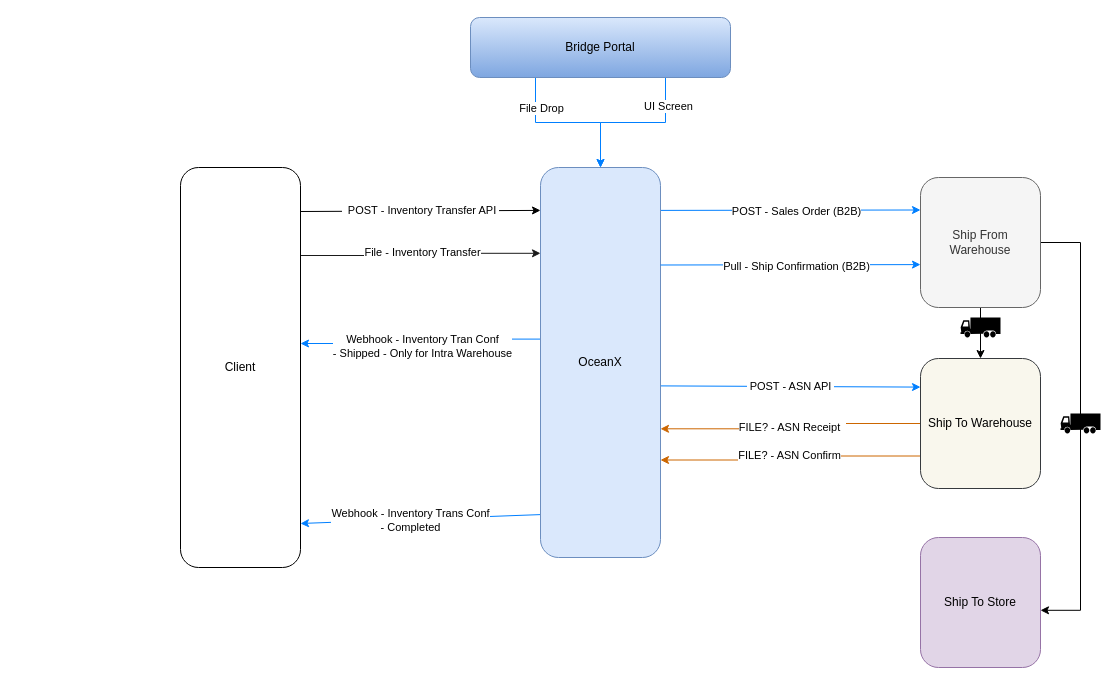
campbelltravis/Workflows keeps this draw.io diagram as page "High Level Flow" (1 of 4) of InventoryTransferFlows.drawio. Above is the earlier version. Source tidied: cells renumbered, new cells numbered last; positions are measured from the earlier drawing's top-left corner, leaving out a move shared by most shapes. Both pictures are drawn from the tidied source at 100%, with x=0, y=0 at pixel (180, 17).
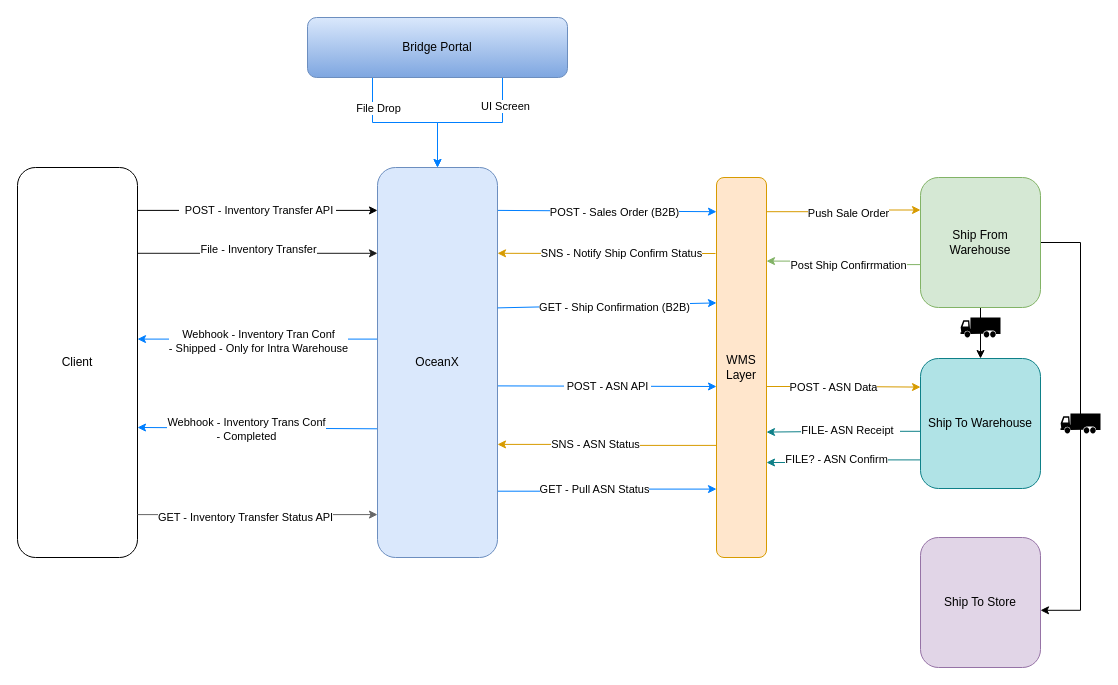
After the change.

Diff of the diagram source:
```diff
@@
-    <mxCell id="3" style="endArrow=classic;html=1;rounded=0;exitX=1;exitY=0.11;exitDx=0;exitDy=0;exitPerimeter=0;entryX=0;entryY=0.25;entryDx=0;entryDy=0;entryPerimeter=0;strokeColor=#007FFF;" parent="1" edge="1" source="13" target="16">
+    <mxCell id="3" style="endArrow=classic;html=1;rounded=0;exitX=1;exitY=0.11;exitDx=0;exitDy=0;exitPerimeter=0;strokeColor=#007FFF;entryX=0;entryY=0.09;entryDx=0;entryDy=0;entryPerimeter=0;" parent="1" edge="1" source="13" target="46">
       <mxGeometry relative="1" as="geometry" />
     </mxCell>
@@
-    <mxCell id="5" style="endArrow=classic;html=1;rounded=0;exitX=0;exitY=0.89;exitDx=0;exitDy=0;exitPerimeter=0;strokeColor=#007FFF;entryX=1;entryY=0.89;entryDx=0;entryDy=0;entryPerimeter=0;" parent="1" edge="1" source="13" target="10">
-      <mxGeometry relative="1" as="geometry" />
+    <mxCell id="5" style="endArrow=classic;html=1;rounded=0;exitX=0;exitY=0.67;exitDx=0;exitDy=0;exitPerimeter=0;strokeColor=#007FFF;" parent="1" edge="1" source="13">
+      <mxGeometry relative="1" as="geometry">
+        <mxPoint x="-43" y="410" as="targetPoint" />
+      </mxGeometry>
     </mxCell>
@@
-    <mxCell id="7" value="&lt;table class=&quot;NormalTable&quot;&gt;&lt;tbody&gt;&lt;tr&gt;&lt;td width=&quot;200&quot;&gt;&lt;span class=&quot;fontstyle0&quot;&gt;POST - ASN API&lt;/span&gt;&lt;/td&gt;&lt;/tr&gt;&lt;/tbody&gt;&lt;/table&gt;" style="endArrow=classic;html=1;rounded=0;entryX=0;entryY=0.22;entryDx=0;entryDy=0;entryPerimeter=0;strokeColor=#007FFF;exitX=1;exitY=0.56;exitDx=0;exitDy=0;exitPerimeter=0;" parent="1" edge="1" source="13" target="21">
+    <mxCell id="7" value="&lt;table class=&quot;NormalTable&quot;&gt;&lt;tbody&gt;&lt;tr&gt;&lt;td width=&quot;200&quot;&gt;&lt;span class=&quot;fontstyle0&quot;&gt;POST - ASN API&lt;/span&gt;&lt;/td&gt;&lt;/tr&gt;&lt;/tbody&gt;&lt;/table&gt;" style="endArrow=classic;html=1;rounded=0;strokeColor=#007FFF;exitX=1;exitY=0.56;exitDx=0;exitDy=0;exitPerimeter=0;entryX=0;entryY=0.55;entryDx=0;entryDy=0;entryPerimeter=0;" parent="1" edge="1" source="13" target="46">
       <mxGeometry relative="1" as="geometry" />
     </mxCell>
@@
     <mxCell id="10" value="Client" style="rounded=1;whiteSpace=wrap;html=1;points=[[0,0,0,0,0],[0,0.25,0,0,0],[0,0.5,0,0,0],[0,0.75,0,0,0],[0,1,0,0,0],[0.25,0,0,0,0],[0.25,1,0,0,0],[0.5,0,0,0,0],[0.5,1,0,0,0],[0.75,0,0,0,0],[0.75,1,0,0,0],[1,0,0,0,0],[1,0.11,0,0,0],[1,0.22,0,0,0],[1,0.25,0,0,0],[1,0.33,0,0,0],[1,0.44,0,0,0],[1,0.5,0,0,0],[1,0.56,0,0,0],[1,0.67,0,0,0],[1,0.75,0,0,0],[1,0.78,0,0,0],[1,0.89,0,0,0],[1,1,0,0,0]];" parent="1" vertex="1">
-      <mxGeometry y="150" width="120" height="400" as="geometry" />
+      <mxGeometry x="-163" y="150" width="120" height="390" as="geometry" />
     </mxCell>
@@
+    <mxCell id="32" style="edgeStyle=orthogonalEdgeStyle;rounded=0;jettySize=auto;html=1;entryX=1;entryY=0.89;entryDx=0;entryDy=0;entryPerimeter=0;exitX=0;exitY=0.89;exitDx=0;exitDy=0;exitPerimeter=0;startArrow=classic;startFill=1;strokeColor=#666666;endArrow=none;endFill=0;fillColor=#f5f5f5;" parent="1" edge="1" source="13" target="10">
+      <mxGeometry relative="1" as="geometry" />
+    </mxCell>
+    <mxCell id="33" value="GET - Inventory Transfer Status API" style="edgeLabel;html=1;align=center;verticalAlign=middle;" parent="32" vertex="1">
+      <mxGeometry x="0.11" y="2" relative="1" as="geometry" />
+    </mxCell>
+    <mxCell id="34" style="edgeStyle=orthogonalEdgeStyle;rounded=0;jettySize=auto;html=1;exitX=1;exitY=0.83;exitDx=0;exitDy=0;exitPerimeter=0;entryX=0;entryY=0.82;entryDx=0;entryDy=0;entryPerimeter=0;startArrow=none;startFill=0;endArrow=classic;endFill=1;strokeColor=#007FFF;fillColor=#dae8fc;" parent="1" edge="1" source="13" target="46">
+      <mxGeometry relative="1" as="geometry" />
+    </mxCell>
+    <mxCell id="35" value="GET - Pull ASN Status" style="edgeLabel;html=1;align=center;verticalAlign=middle;" parent="34" vertex="1">
+      <mxGeometry x="-0.13" y="2" relative="1" as="geometry" />
+    </mxCell>
     <mxCell id="13" value="OceanX" style="rounded=1;whiteSpace=wrap;html=1;points=[[0,0,0,0,0],[0,0.11,0,0,0],[0,0.17,0,0,0],[0,0.22,0,0,0],[0,0.25,0,0,0],[0,0.33,0,0,0],[0,0.44,0,0,0],[0,0.5,0,0,0],[0,0.56,0,0,0],[0,0.67,0,0,0],[0,0.75,0,0,0],[0,0.78,0,0,0],[0,0.83,0,0,0],[0,0.89,0,0,0],[0,1,0,0,0],[0.25,0,0,0,0],[0.25,1,0,0,0],[0.5,0,0,0,0],[0.5,1,0,0,0],[0.75,0,0,0,0],[0.75,1,0,0,0],[1,0,0,0,0],[1,0.11,0,0,0],[1,0.14,0,0,0],[1,0.17,0,0,0],[1,0.22,0,0,0],[1,0.25,0,0,0],[1,0.33,0,0,0],[1,0.36,0,0,0],[1,0.44,0,0,0],[1,0.47,0,0,0],[1,0.5,0,0,0],[1,0.56,0,0,0],[1,0.58,0,0,0],[1,0.67,0,0,0],[1,0.71,0,0,0],[1,0.75,0,0,0],[1,0.78,0,0,0],[1,0.8,0,0,0],[1,0.83,0,0,0],[1,0.89,0,0,0],[1,0.91,0,0,0],[1,1,0,0,0]];fillColor=#dae8fc;strokeColor=#6c8ebf;" parent="1" vertex="1">
-      <mxGeometry x="360" y="150" width="120" height="390" as="geometry" />
+      <mxGeometry x="197" y="150" width="120" height="390" as="geometry" />
     </mxCell>
@@
+    <mxCell id="36" style="edgeStyle=orthogonalEdgeStyle;rounded=0;jettySize=auto;html=1;exitX=0;exitY=0.67;exitDx=0;exitDy=0;exitPerimeter=0;entryX=1;entryY=0.22;entryDx=0;entryDy=0;entryPerimeter=0;startArrow=none;startFill=0;endArrow=classic;endFill=1;strokeColor=#82b366;fillColor=#d5e8d4;" parent="1" edge="1" source="16" target="46">
+      <mxGeometry relative="1" as="geometry" />
+    </mxCell>
+    <mxCell id="37" value="Post Ship Confirrmation" style="edgeLabel;html=1;align=center;verticalAlign=middle;" parent="36" vertex="1">
+      <mxGeometry x="-0.2" relative="1" as="geometry">
+        <mxPoint x="-10" as="offset" />
+      </mxGeometry>
+    </mxCell>
-    <mxCell id="16" value="Ship From Warehouse" style="rounded=1;whiteSpace=wrap;html=1;points=[[0,0,0,0,0],[0,0.11,0,0,0],[0,0.22,0,0,0],[0,0.25,0,0,0],[0,0.33,0,0,0],[0,0.44,0,0,0],[0,0.5,0,0,0],[0,0.56,0,0,0],[0,0.67,0,0,0],[0,0.75,0,0,0],[0,0.78,0,0,0],[0,0.89,0,0,0],[0,1,0,0,0],[0.25,0,0,0,0],[0.25,1,0,0,0],[0.5,0,0,0,0],[0.5,1,0,0,0],[0.75,0,0,0,0],[0.75,1,0,0,0],[1,0,0,0,0],[1,0.11,0,0,0],[1,0.22,0,0,0],[1,0.25,0,0,0],[1,0.33,0,0,0],[1,0.44,0,0,0],[1,0.5,0,0,0],[1,0.56,0,0,0],[1,0.67,0,0,0],[1,0.75,0,0,0],[1,0.78,0,0,0],[1,0.89,0,0,0],[1,1,0,0,0]];fillColor=#f5f5f5;fontColor=#333333;strokeColor=#666666;" parent="1" vertex="1">
+    <mxCell id="16" value="Ship From Warehouse" style="rounded=1;whiteSpace=wrap;html=1;points=[[0,0,0,0,0],[0,0.11,0,0,0],[0,0.22,0,0,0],[0,0.25,0,0,0],[0,0.33,0,0,0],[0,0.44,0,0,0],[0,0.5,0,0,0],[0,0.56,0,0,0],[0,0.67,0,0,0],[0,0.75,0,0,0],[0,0.78,0,0,0],[0,0.89,0,0,0],[0,1,0,0,0],[0.25,0,0,0,0],[0.25,1,0,0,0],[0.5,0,0,0,0],[0.5,1,0,0,0],[0.75,0,0,0,0],[0.75,1,0,0,0],[1,0,0,0,0],[1,0.11,0,0,0],[1,0.22,0,0,0],[1,0.25,0,0,0],[1,0.33,0,0,0],[1,0.44,0,0,0],[1,0.5,0,0,0],[1,0.56,0,0,0],[1,0.67,0,0,0],[1,0.75,0,0,0],[1,0.78,0,0,0],[1,0.89,0,0,0],[1,1,0,0,0]];fillColor=#d5e8d4;strokeColor=#82b366;" parent="1" vertex="1">
       <mxGeometry x="740" y="160" width="120" height="130" as="geometry" />
     </mxCell>
-    <mxCell id="17" style="edgeStyle=orthogonalEdgeStyle;rounded=0;jettySize=auto;html=1;exitX=0;exitY=0.5;exitDx=0;exitDy=0;exitPerimeter=0;strokeColor=#CC6600;entryX=1;entryY=0.67;entryDx=0;entryDy=0;entryPerimeter=0;" parent="1" edge="1" source="21" target="13">
+    <mxCell id="17" style="edgeStyle=orthogonalEdgeStyle;rounded=0;jettySize=auto;html=1;strokeColor=#0e8088;exitX=0;exitY=0.56;exitDx=0;exitDy=0;exitPerimeter=0;entryX=1;entryY=0.67;entryDx=0;entryDy=0;entryPerimeter=0;fillColor=#b0e3e6;" parent="1" edge="1" source="21" target="46">
       <mxGeometry relative="1" as="geometry" />
     </mxCell>
-    <mxCell id="18" value="FILE? - ASN Receipt&amp;nbsp;&amp;nbsp;" style="edgeLabel;html=1;align=center;verticalAlign=middle;" parent="17" vertex="1">
+    <mxCell id="18" value="FILE- ASN Receipt&amp;nbsp;&amp;nbsp;" style="edgeLabel;html=1;align=center;verticalAlign=middle;" parent="17" vertex="1">
       <mxGeometry x="0.14" y="-2" relative="1" as="geometry">
         <mxPoint x="17" as="offset" />
       </mxGeometry>
     </mxCell>
-    <mxCell id="19" style="edgeStyle=orthogonalEdgeStyle;rounded=0;jettySize=auto;html=1;exitX=0;exitY=0.75;exitDx=0;exitDy=0;exitPerimeter=0;entryX=1;entryY=0.75;entryDx=0;entryDy=0;entryPerimeter=0;strokeColor=#CC6600;" parent="1" edge="1" source="21" target="13">
-      <mxGeometry relative="1" as="geometry" />
+    <mxCell id="19" style="edgeStyle=orthogonalEdgeStyle;rounded=0;jettySize=auto;html=1;entryX=1;entryY=0.75;entryDx=0;entryDy=0;entryPerimeter=0;strokeColor=#0e8088;exitX=0;exitY=0.78;exitDx=0;exitDy=0;exitPerimeter=0;fillColor=#b0e3e6;" parent="1" edge="1" source="21" target="46">
+      <mxGeometry relative="1" as="geometry">
+        <Array as="points">
+          <mxPoint x="657" y="442" />
+          <mxPoint x="657" y="445" />
+        </Array>
+      </mxGeometry>
     </mxCell>
@@
-    <mxCell id="21" value="Ship To Warehouse" style="rounded=1;whiteSpace=wrap;html=1;points=[[0,0,0,0,0],[0,0.11,0,0,0],[0,0.22,0,0,0],[0,0.25,0,0,0],[0,0.33,0,0,0],[0,0.44,0,0,0],[0,0.5,0,0,0],[0,0.56,0,0,0],[0,0.67,0,0,0],[0,0.75,0,0,0],[0,0.78,0,0,0],[0,0.89,0,0,0],[0,1,0,0,0],[0.25,0,0,0,0],[0.25,1,0,0,0],[0.5,0,0,0,0],[0.5,1,0,0,0],[0.75,0,0,0,0],[0.75,1,0,0,0],[1,0,0,0,0],[1,0.11,0,0,0],[1,0.22,0,0,0],[1,0.25,0,0,0],[1,0.33,0,0,0],[1,0.44,0,0,0],[1,0.5,0,0,0],[1,0.56,0,0,0],[1,0.67,0,0,0],[1,0.75,0,0,0],[1,0.78,0,0,0],[1,0.89,0,0,0],[1,1,0,0,0]];fillColor=#f9f7ed;strokeColor=#36393d;" parent="1" vertex="1">
+    <mxCell id="21" value="Ship To Warehouse" style="rounded=1;whiteSpace=wrap;html=1;points=[[0,0,0,0,0],[0,0.11,0,0,0],[0,0.22,0,0,0],[0,0.25,0,0,0],[0,0.33,0,0,0],[0,0.44,0,0,0],[0,0.5,0,0,0],[0,0.56,0,0,0],[0,0.67,0,0,0],[0,0.75,0,0,0],[0,0.78,0,0,0],[0,0.89,0,0,0],[0,1,0,0,0],[0.25,0,0,0,0],[0.25,1,0,0,0],[0.5,0,0,0,0],[0.5,1,0,0,0],[0.75,0,0,0,0],[0.75,1,0,0,0],[1,0,0,0,0],[1,0.11,0,0,0],[1,0.22,0,0,0],[1,0.25,0,0,0],[1,0.33,0,0,0],[1,0.44,0,0,0],[1,0.5,0,0,0],[1,0.56,0,0,0],[1,0.67,0,0,0],[1,0.75,0,0,0],[1,0.78,0,0,0],[1,0.89,0,0,0],[1,1,0,0,0]];fillColor=#b0e3e6;strokeColor=#0e8088;" parent="1" vertex="1">
       <mxGeometry x="740" y="341" width="120" height="130" as="geometry" />
     </mxCell>
@@
     <mxCell id="26" value="Bridge Portal" style="rounded=1;whiteSpace=wrap;html=1;fillColor=#dae8fc;gradientColor=#7ea6e0;strokeColor=#6c8ebf;" parent="1" vertex="1">
-      <mxGeometry x="290" width="260" height="60" as="geometry" />
+      <mxGeometry x="127" width="260" height="60" as="geometry" />
     </mxCell>
-    <mxCell id="27" style="endArrow=classic;html=1;rounded=0;exitX=1;exitY=0.25;exitDx=0;exitDy=0;exitPerimeter=0;entryX=0;entryY=0.67;entryDx=0;entryDy=0;entryPerimeter=0;strokeColor=#007FFF;" parent="1" edge="1" source="13" target="16">
+    <mxCell id="27" style="endArrow=classic;html=1;rounded=0;exitX=1;exitY=0.36;exitDx=0;exitDy=0;exitPerimeter=0;strokeColor=#007FFF;entryX=0;entryY=0.33;entryDx=0;entryDy=0;entryPerimeter=0;" parent="1" edge="1" source="13" target="46">
       <mxGeometry relative="1" as="geometry" />
     </mxCell>
-    <mxCell id="28" value="Pull - Ship Confirmation (B2B)" style="edgeLabel;html=1;align=center;verticalAlign=middle;" parent="27" vertex="1">
+    <mxCell id="28" value="GET - Ship Confirmation (B2B)" style="edgeLabel;html=1;align=center;verticalAlign=middle;" parent="27" vertex="1">
       <mxGeometry x="-0.12" y="-1" relative="1" as="geometry">
         <mxPoint x="21" as="offset" />
       </mxGeometry>
     </mxCell>
@@
+    <mxCell id="38" style="edgeStyle=orthogonalEdgeStyle;rounded=0;jettySize=auto;html=1;exitX=1;exitY=0.09;exitDx=0;exitDy=0;exitPerimeter=0;entryX=0;entryY=0.25;entryDx=0;entryDy=0;entryPerimeter=0;startArrow=none;startFill=0;endArrow=classic;endFill=1;strokeColor=#d79b00;fillColor=#ffe6cc;" parent="1" edge="1" source="46" target="16">
+      <mxGeometry relative="1" as="geometry" />
+    </mxCell>
+    <mxCell id="39" value="Push Sale Order" style="edgeLabel;html=1;align=center;verticalAlign=middle;" parent="38" vertex="1">
+      <mxGeometry x="-0.26" y="-1" relative="1" as="geometry">
+        <mxPoint x="23" as="offset" />
+      </mxGeometry>
+    </mxCell>
+    <mxCell id="40" style="edgeStyle=orthogonalEdgeStyle;rounded=0;jettySize=auto;html=1;exitX=-0.02;exitY=0.2;exitDx=0;exitDy=0;exitPerimeter=0;entryX=1;entryY=0.22;entryDx=0;entryDy=0;entryPerimeter=0;startArrow=none;startFill=0;endArrow=classic;endFill=1;strokeColor=#d79b00;fillColor=#ffe6cc;" parent="1" edge="1" source="46" target="13">
+      <mxGeometry relative="1" as="geometry" />
+    </mxCell>
+    <mxCell id="41" value="SNS - Notify Ship Confirm Status" style="edgeLabel;html=1;align=center;verticalAlign=middle;" parent="40" vertex="1">
+      <mxGeometry x="-0.13" y="-1" relative="1" as="geometry" />
+    </mxCell>
+    <mxCell id="42" style="edgeStyle=orthogonalEdgeStyle;rounded=0;jettySize=auto;html=1;exitX=0.04;exitY=0.705;exitDx=0;exitDy=0;exitPerimeter=0;entryX=1;entryY=0.71;entryDx=0;entryDy=0;entryPerimeter=0;startArrow=none;startFill=0;endArrow=classic;endFill=1;strokeColor=#d79b00;fillColor=#ffe6cc;" parent="1" edge="1" source="46" target="13">
+      <mxGeometry relative="1" as="geometry" />
+    </mxCell>
+    <mxCell id="43" value="SNS - ASN Status" style="edgeLabel;html=1;align=center;verticalAlign=middle;" parent="42" vertex="1">
+      <mxGeometry x="0.13" relative="1" as="geometry" />
+    </mxCell>
+    <mxCell id="44" style="edgeStyle=orthogonalEdgeStyle;rounded=0;jettySize=auto;html=1;exitX=1;exitY=0.55;exitDx=0;exitDy=0;exitPerimeter=0;entryX=0;entryY=0.22;entryDx=0;entryDy=0;entryPerimeter=0;startArrow=none;startFill=0;endArrow=classic;endFill=1;strokeColor=#d79b00;fillColor=#ffe6cc;" parent="1" edge="1" source="46" target="21">
+      <mxGeometry relative="1" as="geometry" />
+    </mxCell>
+    <mxCell id="45" value="POST - ASN Data" style="edgeLabel;html=1;align=center;verticalAlign=middle;" parent="44" vertex="1">
+      <mxGeometry x="-0.15" relative="1" as="geometry" />
+    </mxCell>
+    <mxCell id="46" value="WMS Layer" style="rounded=1;whiteSpace=wrap;html=1;points=[[0,0,0,0,0],[0,0.09,0,0,0],[0,0.11,0,0,0],[0,0.18,0,0,0],[0,0.22,0,0,0],[0,0.25,0,0,0],[0,0.27,0,0,0],[0,0.33,0,0,0],[0,0.36,0,0,0],[0,0.44,0,0,0],[0,0.45,0,0,0],[0,0.5,0,0,0],[0,0.55,0,0,0],[0,0.56,0,0,0],[0,0.64,0,0,0],[0,0.67,0,0,0],[0,0.73,0,0,0],[0,0.75,0,0,0],[0,0.78,0,0,0],[0,0.82,0,0,0],[0,0.89,0,0,0],[0,0.91,0,0,0],[0,1,0,0,0],[0.26,0,0,0,0],[0.26,1,0,0,0],[0.5,0,0,0,0],[0.5,1,0,0,0],[0.76,0,0,0,0],[0.76,1,0,0,0],[1,0,0,0,0],[1,0.09,0,0,0],[1,0.11,0,0,0],[1,0.18,0,0,0],[1,0.22,0,0,0],[1,0.25,0,0,0],[1,0.27,0,0,0],[1,0.33,0,0,0],[1,0.36,0,0,0],[1,0.44,0,0,0],[1,0.45,0,0,0],[1,0.5,0,0,0],[1,0.55,0,0,0],[1,0.56,0,0,0],[1,0.64,0,0,0],[1,0.67,0,0,0],[1,0.73,0,0,0],[1,0.75,0,0,0],[1,0.78,0,0,0],[1,0.82,0,0,0],[1,0.89,0,0,0],[1,0.91,0,0,0],[1,1,0,0,0]];fillColor=#ffe6cc;strokeColor=#d79b00;" parent="1" vertex="1">
+      <mxGeometry x="536" y="160" width="50" height="380" as="geometry" />
+    </mxCell>
```
